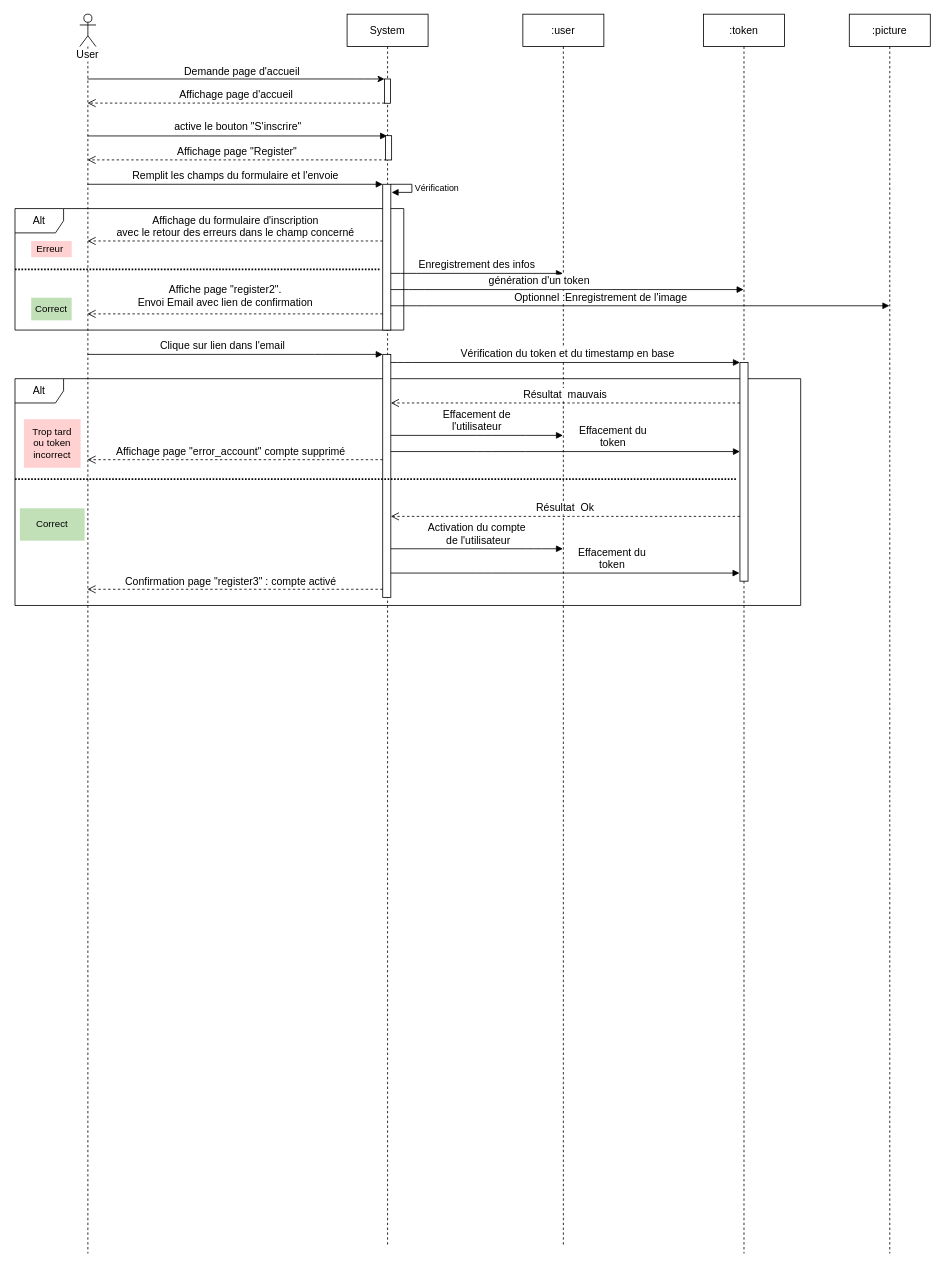
Before: Cadrage/Diagrammes de séquence register/register_seq.drawio in JgPhil/Blog, a draw.io diagram. Source tidied: cells renumbered, new cells numbered last; positions are measured from the earlier drawing's top-left corner, leaving out a move shared by most shapes. Both pictures are drawn from the tidied source at 81%, with x=0, y=0 at pixel (15, 14).
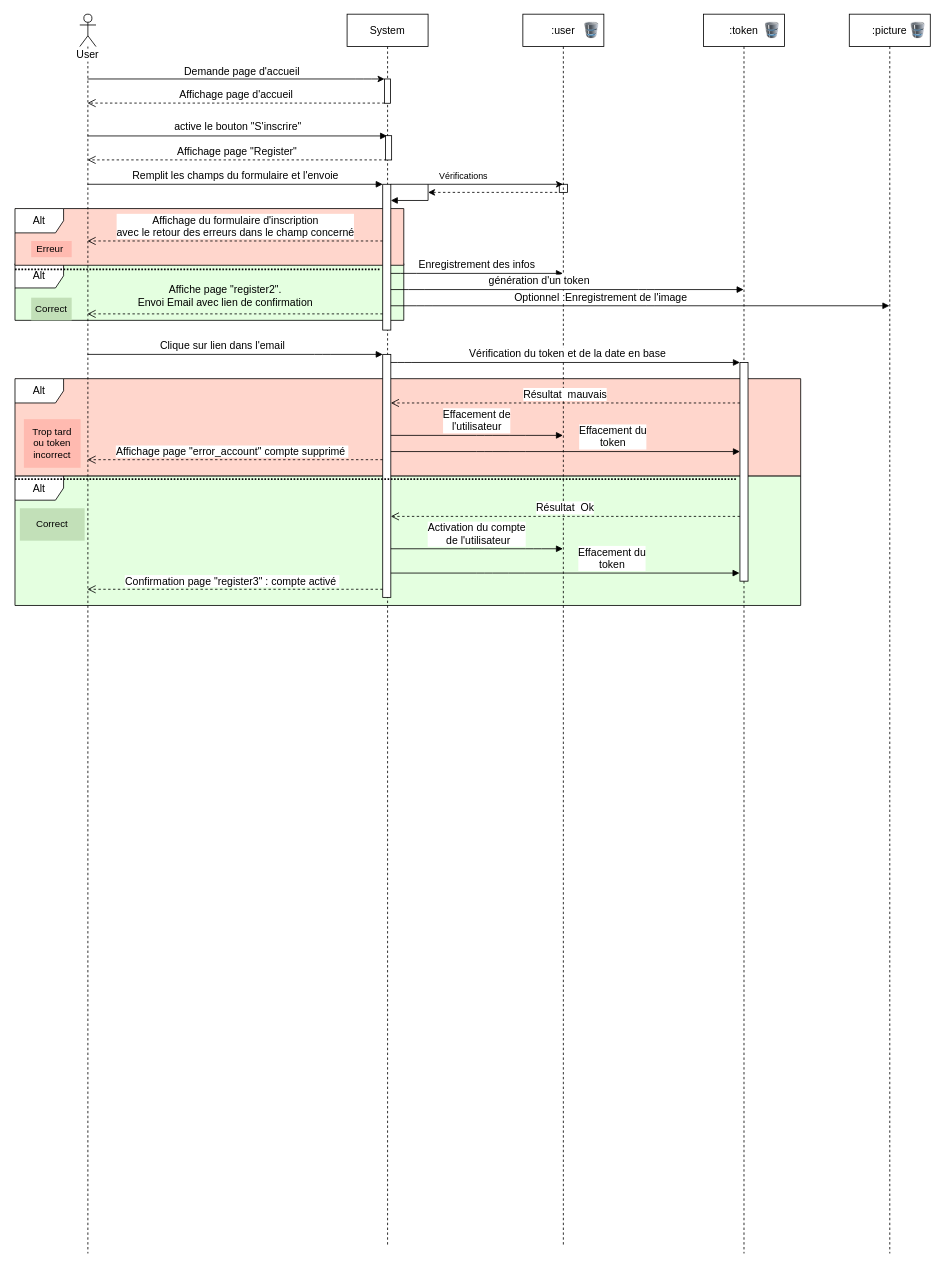
The same page after the edit.

Unchanged cells that the change refers to:
```xml
<mxCell id="8" value="System" style="shape=umlLifeline;perimeter=lifelinePerimeter;whiteSpace=wrap;html=1;rounded=0;comic=0;fontSize=13;" parent="1" vertex="1">
  <mxGeometry x="410" width="100" height="1520" as="geometry" />
</mxCell>
<mxCell id="9" style="html=1;points=[];perimeter=orthogonalPerimeter;fillColor=#FFFFFF;fontSize=13;" parent="8" vertex="1">
  <mxGeometry x="44" y="210" width="10" height="180" as="geometry" />
</mxCell>
<mxCell id="12" style="html=1;points=[];perimeter=orthogonalPerimeter;" parent="8" vertex="1">
  <mxGeometry x="44" y="420" width="10" height="300" as="geometry" />
</mxCell>
<mxCell id="14" value=":user" style="shape=umlLifeline;perimeter=lifelinePerimeter;whiteSpace=wrap;html=1;outlineConnect=0;strokeWidth=1;fontSize=13;" parent="1" vertex="1">
  <mxGeometry x="627" width="100" height="1520" as="geometry" />
</mxCell>
<mxCell id="18" value=":token" style="shape=umlLifeline;perimeter=lifelinePerimeter;whiteSpace=wrap;html=1;outlineConnect=0;fillColor=#FFFFFF;fontSize=13;fontColor=#000000;" parent="1" vertex="1">
  <mxGeometry x="850" width="100" height="1530" as="geometry" />
</mxCell>
<mxCell id="19" style="html=1;points=[];perimeter=orthogonalPerimeter;" parent="18" vertex="1">
  <mxGeometry x="45" y="430" width="10" height="270" as="geometry" />
</mxCell>
<mxCell id="41" value=":picture" style="shape=umlLifeline;perimeter=lifelinePerimeter;whiteSpace=wrap;html=1;outlineConnect=0;fillColor=#FFFFFF;fontSize=13;fontColor=#000000;" parent="1" vertex="1">
  <mxGeometry x="1030" width="100" height="1530" as="geometry" />
</mxCell>
```

Change to the diagram source:
```diff
@@
+    <mxCell id="45" value="&lt;font style=&quot;font-size: 13px&quot;&gt;Alt&lt;/font&gt;" style="shape=umlFrame;whiteSpace=wrap;html=1;fontSize=13;swimlaneFillColor=#E4FFE0;" parent="1" vertex="1">
+      <mxGeometry y="308" width="480" height="70" as="geometry" />
+    </mxCell>
+    <mxCell id="46" value="&lt;font style=&quot;font-size: 13px&quot;&gt;Alt&lt;/font&gt;" style="shape=umlFrame;whiteSpace=wrap;html=1;fontSize=13;swimlaneFillColor=#E4FFE0;" parent="1" vertex="1">
+      <mxGeometry y="570" width="970" height="160" as="geometry" />
+    </mxCell>
-    <mxCell id="2" value="&lt;font style=&quot;font-size: 13px&quot;&gt;Alt&lt;/font&gt;" style="shape=umlFrame;whiteSpace=wrap;html=1;fontSize=13;" parent="1" vertex="1">
-      <mxGeometry y="450" width="970" height="280" as="geometry" />
+    <mxCell id="2" value="&lt;font style=&quot;font-size: 13px&quot;&gt;Alt&lt;/font&gt;" style="shape=umlFrame;whiteSpace=wrap;html=1;fontSize=13;swimlaneFillColor=#FFD6CC;" parent="1" vertex="1">
+      <mxGeometry y="450" width="970" height="120" as="geometry" />
     </mxCell>
-    <mxCell id="3" value="&lt;font style=&quot;font-size: 13px&quot;&gt;Alt&lt;/font&gt;" style="shape=umlFrame;whiteSpace=wrap;html=1;fontSize=13;" parent="1" vertex="1">
-      <mxGeometry y="240" width="480" height="150" as="geometry" />
+    <mxCell id="3" value="&lt;font style=&quot;font-size: 13px&quot;&gt;Alt&lt;/font&gt;" style="shape=umlFrame;whiteSpace=wrap;html=1;fontSize=13;swimlaneFillColor=#FFD6CC;" parent="1" vertex="1">
+      <mxGeometry y="240" width="480" height="70" as="geometry" />
     </mxCell>
@@
-    <mxCell id="13" value="Vérification" style="edgeStyle=orthogonalEdgeStyle;html=1;align=left;spacingLeft=2;endArrow=block;rounded=0;entryX=1;entryY=0;" parent="8" edge="1" source="9">
-      <mxGeometry relative="1" as="geometry">
-        <mxPoint x="55" y="220" as="targetPoint" />
+    <mxCell id="13" value="Vérifications" style="edgeStyle=orthogonalEdgeStyle;html=1;align=left;spacingLeft=2;endArrow=block;rounded=0;" parent="8" edge="1" source="9">
+      <mxGeometry x="-0.18" y="14" relative="1" as="geometry">
+        <mxPoint x="54" y="230" as="targetPoint" />
         <Array as="points">
-          <mxPoint x="80" y="210" />
-          <mxPoint x="80" y="220" />
+          <mxPoint x="100" y="210" />
+          <mxPoint x="100" y="230" />
         </Array>
+        <mxPoint x="-4" y="-10" as="offset" />
       </mxGeometry>
     </mxCell>
@@
+    <mxCell id="47" style="image;html=1;labelBackgroundColor=#ffffff;image=img/lib/clip_art/computers/Database_128x128.png;fillColor=none;" parent="14" vertex="1">
+      <mxGeometry x="70" y="10" width="30" height="20" as="geometry" />
+    </mxCell>
@@
+    <mxCell id="48" style="image;html=1;labelBackgroundColor=#ffffff;image=img/lib/clip_art/computers/Database_128x128.png;fillColor=none;" parent="18" vertex="1">
+      <mxGeometry x="70" y="10" width="30" height="20" as="geometry" />
+    </mxCell>
@@
-    <mxCell id="22" value="Erreur&amp;nbsp;" style="text;html=1;strokeColor=none;fillColor=#FFD1D1;align=center;verticalAlign=middle;whiteSpace=wrap;rounded=0;" parent="1" vertex="1">
+    <mxCell id="22" value="Erreur&amp;nbsp;" style="text;html=1;strokeColor=none;fillColor=#FFBAB0;align=center;verticalAlign=middle;whiteSpace=wrap;rounded=0;" parent="1" vertex="1">
       <mxGeometry x="20" y="280" width="50" height="20" as="geometry" />
     </mxCell>
@@
-    <mxCell id="32" value="Trop tard&lt;br&gt;ou token incorrect" style="text;html=1;strokeColor=none;fillColor=#FFD1D1;align=center;verticalAlign=middle;whiteSpace=wrap;rounded=0;" parent="1" vertex="1">
+    <mxCell id="32" value="Trop tard&lt;br&gt;ou token incorrect" style="text;html=1;strokeColor=none;fillColor=#FFBAB0;align=center;verticalAlign=middle;whiteSpace=wrap;rounded=0;" parent="1" vertex="1">
       <mxGeometry x="11" y="500" width="70" height="60" as="geometry" />
     </mxCell>
-    <mxCell id="33" value="&lt;font style=&quot;font-size: 13px&quot;&gt;Vérification du token et du timestamp en base&lt;/font&gt;" style="html=1;verticalAlign=bottom;endArrow=block;" parent="1" edge="1" source="12" target="19">
+    <mxCell id="33" value="&lt;font style=&quot;font-size: 13px&quot;&gt;Vérification du token et de la date en base&lt;/font&gt;" style="html=1;verticalAlign=bottom;endArrow=block;" parent="1" edge="1" source="12" target="19">
       <mxGeometry x="0.57" y="-120" relative="1" as="geometry">
         <Array as="points">
           <mxPoint x="480" y="430" />
         </Array>
         <mxPoint x="-120" y="-120" as="offset" />
       </mxGeometry>
     </mxCell>
@@
+    <mxCell id="49" style="image;html=1;labelBackgroundColor=#ffffff;image=img/lib/clip_art/computers/Database_128x128.png;fillColor=none;" parent="41" vertex="1">
+      <mxGeometry x="70" y="10" width="30" height="20" as="geometry" />
+    </mxCell>
@@
+    <mxCell id="50" style="endArrow=classic;html=1;" parent="1" edge="1" target="14">
+      <mxGeometry relative="1" as="geometry">
+        <mxPoint x="510" y="210" as="sourcePoint" />
+      </mxGeometry>
+    </mxCell>
+    <mxCell id="51" style="endArrow=none;dashed=1;html=1;startArrow=classic;startFill=1;" parent="1" edge="1" source="52" target="14">
+      <mxGeometry relative="1" as="geometry" />
+    </mxCell>
+    <mxCell id="52" style="html=1;points=[];perimeter=orthogonalPerimeter;fillColor=none;" parent="1" vertex="1">
+      <mxGeometry x="672" y="210" width="10" height="10" as="geometry" />
+    </mxCell>
+    <mxCell id="53" style="endArrow=none;dashed=1;html=1;startArrow=classic;startFill=1;" parent="1" edge="1" target="52">
+      <mxGeometry relative="1" as="geometry">
+        <mxPoint x="510" y="220" as="sourcePoint" />
+      </mxGeometry>
+    </mxCell>
```
